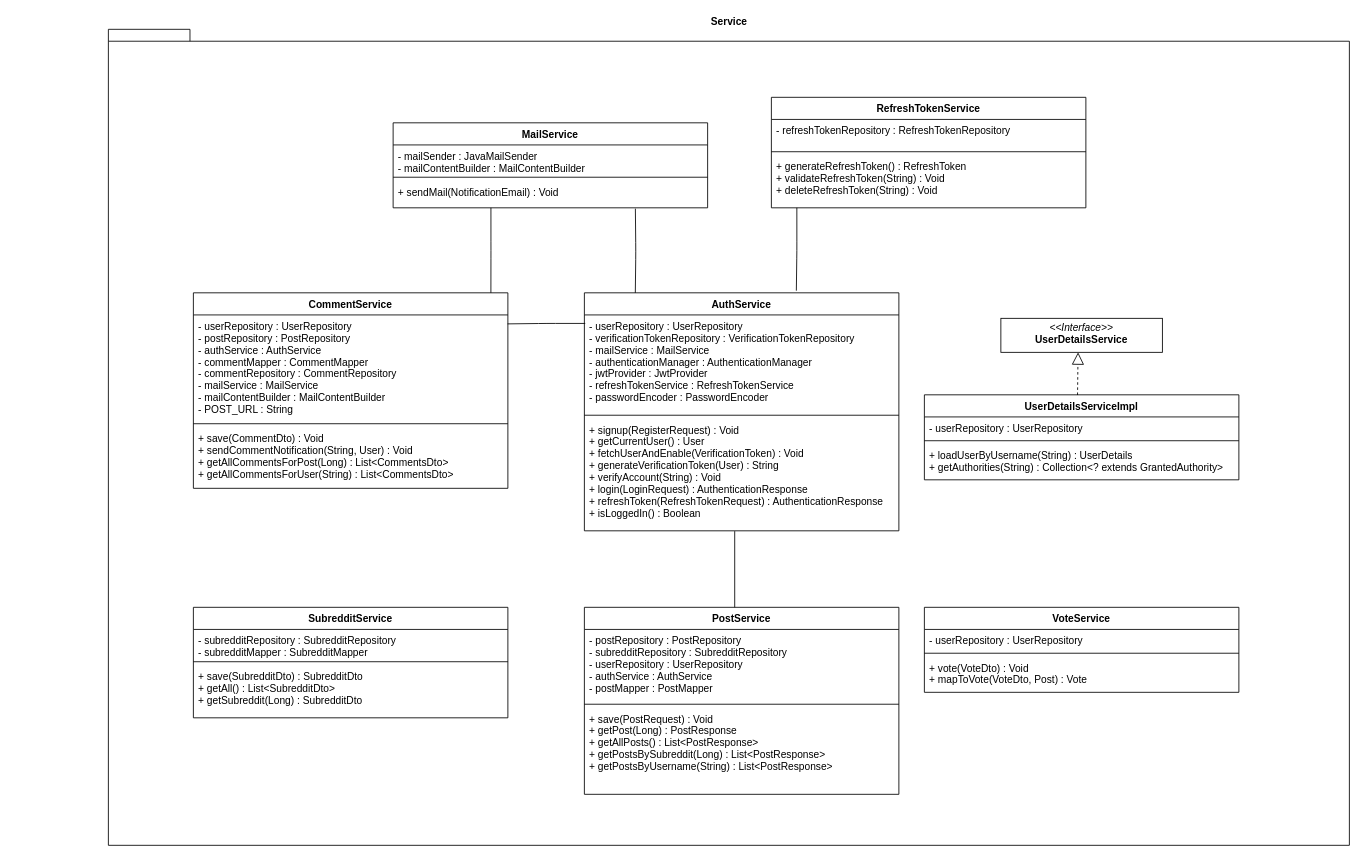
The draw.io diagram page "Service" (8 of 8) of ClassDiagram.drawio in Persistent-Group6/Reddit_Clone_Backend, before the edit. Source tidied: cells renumbered, new cells numbered last; positions are measured from the earlier drawing's top-left corner, leaving out a move shared by most shapes. Both pictures are drawn from the tidied source at 85%, with x=0, y=0 at pixel (108, 29).
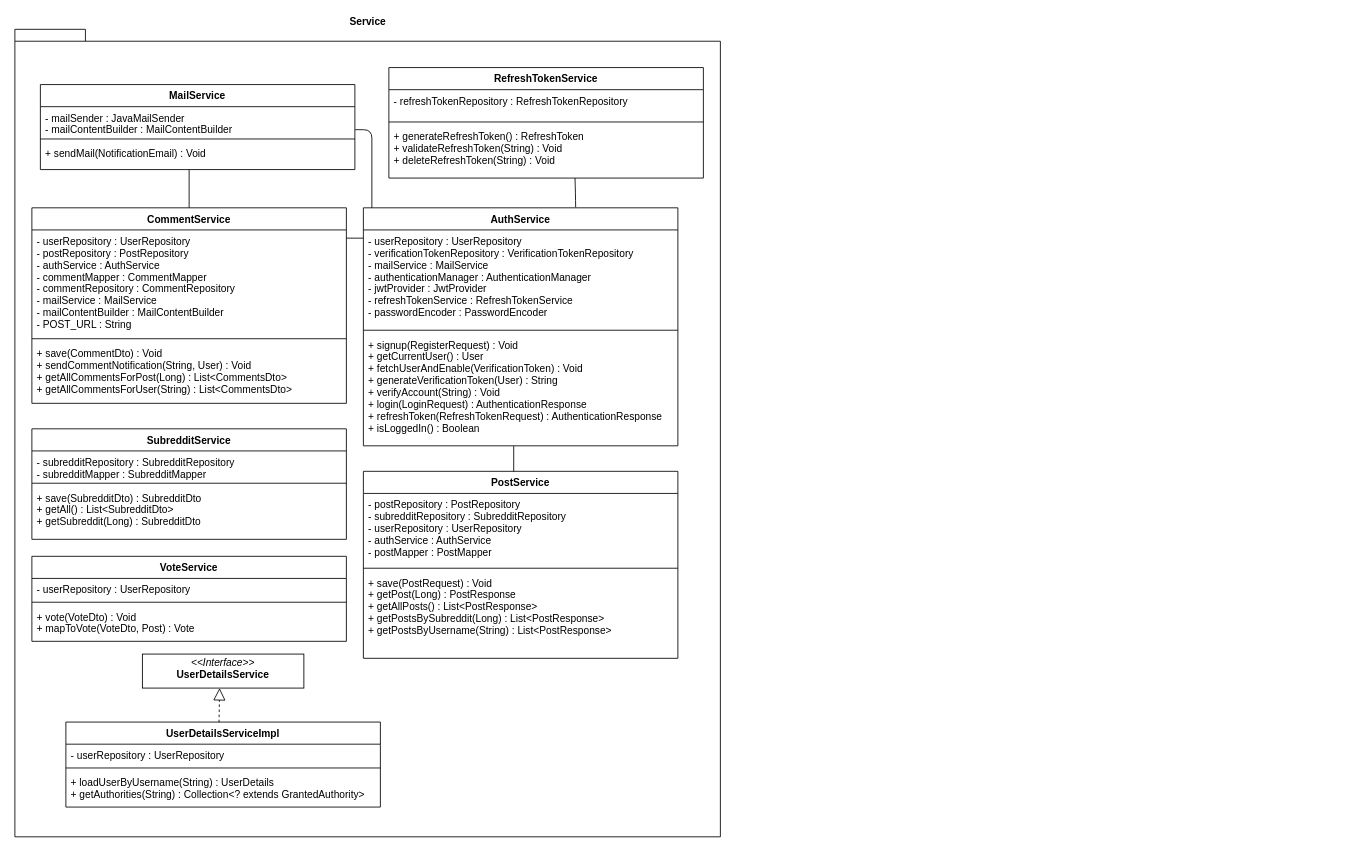
The same diagram, later.

Unchanged cells that the change refers to:
```xml
<mxCell id="8" value="- userRepository : UserRepository&#10;- postRepository : PostRepository&#10;- authService : AuthService&#10;- commentMapper : CommentMapper&#10;        - commentRepository : CommentRepository&#10;- mailService : MailService&#10;- mailContentBuilder : MailContentBuilder&#10;- POST_URL : String&#10;      " style="text;strokeColor=none;fillColor=none;align=left;verticalAlign=top;spacingLeft=4;spacingRight=4;overflow=hidden;points=[[0,0.5],[1,0.5]];portConstraint=eastwest;" parent="7" vertex="1">
  <mxGeometry y="26" width="370" height="124" as="geometry" />
</mxCell>
<mxCell id="12" value="- mailSender : JavaMailSender&#10;- mailContentBuilder : MailContentBuilder&#10;&#10;      " style="text;strokeColor=none;fillColor=none;align=left;verticalAlign=top;spacingLeft=4;spacingRight=4;overflow=hidden;points=[[0,0.5],[1,0.5]];portConstraint=eastwest;" parent="11" vertex="1">
  <mxGeometry y="26" width="370" height="34" as="geometry" />
</mxCell>
<mxCell id="14" value="+ sendMail(NotificationEmail) : Void&#10;" style="text;strokeColor=none;fillColor=none;align=left;verticalAlign=top;spacingLeft=4;spacingRight=4;overflow=hidden;points=[[0,0.5],[1,0.5]];portConstraint=eastwest;" parent="11" vertex="1">
  <mxGeometry y="68" width="370" height="32" as="geometry" />
</mxCell>
<mxCell id="22" value="+ generateRefreshToken() : RefreshToken&#10;+ validateRefreshToken(String) : Void&#10;+ deleteRefreshToken(String) : Void" style="text;strokeColor=none;fillColor=none;align=left;verticalAlign=top;spacingLeft=4;spacingRight=4;overflow=hidden;points=[[0,0.5],[1,0.5]];portConstraint=eastwest;" parent="19" vertex="1">
  <mxGeometry y="68" width="370" height="62" as="geometry" />
</mxCell>
```

Diff of the diagram source:
```diff
@@
-    <mxCell id="2" value="&lt;div&gt;Service&lt;/div&gt;" style="shape=folder;fontStyle=1;spacingTop=10;tabWidth=40;tabHeight=14;tabPosition=left;html=1;fillColor=none;labelPosition=center;verticalLabelPosition=top;align=center;verticalAlign=bottom;" parent="1" vertex="1">
-      <mxGeometry width="1460" height="960" as="geometry" />
-    </mxCell>
     <mxCell id="3" value="AuthService" style="swimlane;fontStyle=1;align=center;verticalAlign=top;horizontal=1;startSize=26;fillColor=none;html=0;" parent="1" vertex="1">
-      <mxGeometry x="560" y="310" width="370" height="280" as="geometry" />
+      <mxGeometry x="300" y="210" width="370" height="280" as="geometry" />
     </mxCell>
@@
     <mxCell id="7" value="CommentService" style="swimlane;fontStyle=1;align=center;verticalAlign=top;horizontal=1;startSize=26;fillColor=none;html=0;" parent="1" vertex="1">
-      <mxGeometry x="100" y="310" width="370" height="230" as="geometry" />
+      <mxGeometry x="-90" y="210" width="370" height="230" as="geometry" />
     </mxCell>
@@
     <mxCell id="11" value="MailService" style="swimlane;fontStyle=1;align=center;verticalAlign=top;horizontal=1;startSize=26;fillColor=none;html=0;" parent="1" vertex="1">
-      <mxGeometry x="335" y="110" width="370" height="100" as="geometry" />
+      <mxGeometry x="-80" y="65" width="370" height="100" as="geometry" />
     </mxCell>
@@
     <mxCell id="15" value="PostService" style="swimlane;fontStyle=1;align=center;verticalAlign=top;horizontal=1;startSize=26;fillColor=none;html=0;" parent="1" vertex="1">
-      <mxGeometry x="560" y="680" width="370" height="220" as="geometry" />
+      <mxGeometry x="300" y="520" width="370" height="220" as="geometry" />
     </mxCell>
@@
     <mxCell id="19" value="RefreshTokenService" style="swimlane;fontStyle=1;align=center;verticalAlign=top;horizontal=1;startSize=26;fillColor=none;html=0;" parent="1" vertex="1">
-      <mxGeometry x="780" y="80" width="370" height="130" as="geometry" />
+      <mxGeometry x="330" y="45" width="370" height="130" as="geometry" />
     </mxCell>
@@
     <mxCell id="23" value="SubredditService" style="swimlane;fontStyle=1;align=center;verticalAlign=top;horizontal=1;startSize=26;fillColor=none;html=0;" parent="1" vertex="1">
-      <mxGeometry x="100" y="680" width="370" height="130" as="geometry" />
+      <mxGeometry x="-90" y="470" width="370" height="130" as="geometry" />
     </mxCell>
@@
     <mxCell id="27" value="UserDetailsServiceImpl" style="swimlane;fontStyle=1;align=center;verticalAlign=top;horizontal=1;startSize=26;fillColor=none;html=0;" parent="1" vertex="1">
-      <mxGeometry x="960" y="430" width="370" height="100" as="geometry" />
+      <mxGeometry x="-50" y="815" width="370" height="100" as="geometry" />
     </mxCell>
@@
     <mxCell id="31" value="&lt;p style=&quot;margin: 0px ; margin-top: 4px ; text-align: center&quot;&gt;&lt;i&gt;&amp;lt;&amp;lt;Interface&amp;gt;&amp;gt;&lt;/i&gt;&lt;br&gt;&lt;b&gt;UserDetailsService&lt;/b&gt;&lt;/p&gt;" style="verticalAlign=top;align=left;overflow=fill;fontSize=12;fontFamily=Helvetica;html=1;fillColor=none;" parent="1" vertex="1">
-      <mxGeometry x="1050" y="340" width="190" height="40" as="geometry" />
+      <mxGeometry x="40" y="735" width="190" height="40" as="geometry" />
     </mxCell>
@@
     <mxCell id="33" value="VoteService" style="swimlane;fontStyle=1;align=center;verticalAlign=top;horizontal=1;startSize=26;fillColor=none;html=0;" parent="1" vertex="1">
-      <mxGeometry x="960" y="680" width="370" height="100" as="geometry" />
+      <mxGeometry x="-90" y="620" width="370" height="100" as="geometry" />
     </mxCell>
@@
-    <mxCell id="37" style="endArrow=none;html=1;edgeStyle=orthogonalEdgeStyle;entryX=0.162;entryY=0;entryDx=0;entryDy=0;entryPerimeter=0;" parent="1" edge="1" target="3">
+    <mxCell id="37" style="endArrow=none;html=1;edgeStyle=orthogonalEdgeStyle;entryX=0.027;entryY=0;entryDx=0;entryDy=0;entryPerimeter=0;exitX=1.001;exitY=0.796;exitDx=0;exitDy=0;exitPerimeter=0;" parent="1" edge="1" source="12" target="3">
       <mxGeometry relative="1" as="geometry">
-        <mxPoint x="620" y="211" as="sourcePoint" />
+        <Array as="points">
+          <mxPoint x="310" y="118" />
+        </Array>
       </mxGeometry>
     </mxCell>
-    <mxCell id="38" style="endArrow=none;html=1;edgeStyle=orthogonalEdgeStyle;entryX=0.674;entryY=-0.009;entryDx=0;entryDy=0;entryPerimeter=0;exitX=0.081;exitY=1;exitDx=0;exitDy=0;exitPerimeter=0;" parent="1" edge="1" source="22" target="3">
-      <mxGeometry relative="1" as="geometry" />
+    <mxCell id="38" style="endArrow=none;html=1;edgeStyle=orthogonalEdgeStyle;entryX=0.675;entryY=-0.002;entryDx=0;entryDy=0;entryPerimeter=0;" parent="1" edge="1" target="3">
+      <mxGeometry relative="1" as="geometry">
+        <mxPoint x="549" y="175" as="sourcePoint" />
+      </mxGeometry>
     </mxCell>
-    <mxCell id="39" style="endArrow=none;html=1;edgeStyle=orthogonalEdgeStyle;exitX=0.311;exitY=1;exitDx=0;exitDy=0;exitPerimeter=0;entryX=0.946;entryY=0;entryDx=0;entryDy=0;entryPerimeter=0;" parent="1" edge="1" source="14" target="7">
+    <mxCell id="39" style="endArrow=none;html=1;edgeStyle=orthogonalEdgeStyle;exitX=0.473;exitY=1;exitDx=0;exitDy=0;exitPerimeter=0;" parent="1" edge="1" source="14" target="7">
       <mxGeometry relative="1" as="geometry" />
     </mxCell>
-    <mxCell id="40" style="endArrow=none;html=1;edgeStyle=orthogonalEdgeStyle;entryX=0.999;entryY=0.085;entryDx=0;entryDy=0;entryPerimeter=0;" parent="1" edge="1" target="8">
+    <mxCell id="40" style="endArrow=none;html=1;edgeStyle=orthogonalEdgeStyle;entryX=1;entryY=0.078;entryDx=0;entryDy=0;entryPerimeter=0;" parent="1" edge="1" target="8">
       <mxGeometry relative="1" as="geometry">
-        <mxPoint x="561" y="346" as="sourcePoint" />
+        <mxPoint x="300" y="246" as="sourcePoint" />
         <Array as="points">
-          <mxPoint x="516" y="346" />
+          <mxPoint x="280" y="246" />
         </Array>
       </mxGeometry>
     </mxCell>
@@
+    <mxCell id="2" value="&lt;div&gt;Service&lt;/div&gt;" style="shape=folder;fontStyle=1;spacingTop=10;tabWidth=40;tabHeight=14;tabPosition=left;html=1;fillColor=none;labelPosition=center;verticalLabelPosition=top;align=center;verticalAlign=bottom;" parent="1" vertex="1">
+      <mxGeometry x="-110" width="830" height="950" as="geometry" />
+    </mxCell>
```
